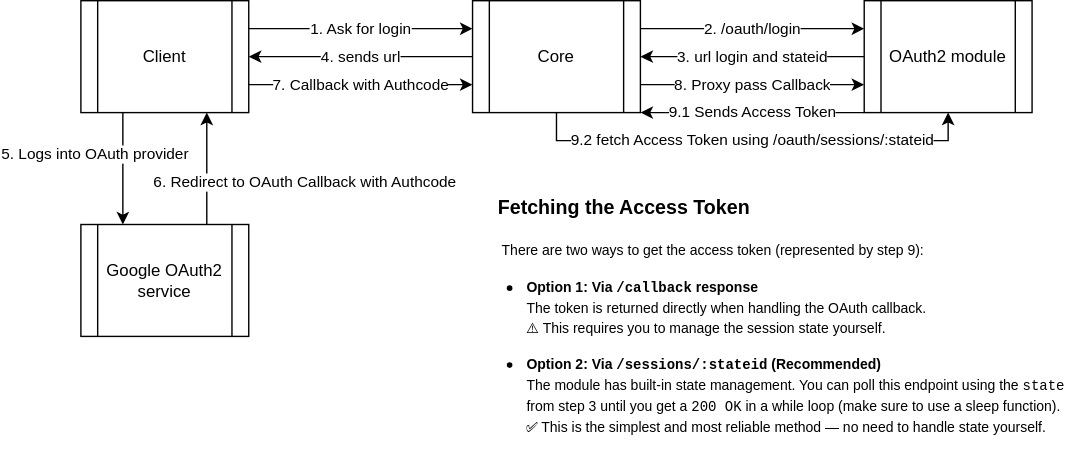
This is srcs/oauth2/docs/OAuth2.scheme.drawio.svg from fclivaz42/ft_transcendance, a draw.io export, as it was before one commit. Source tidied: cells renumbered, new cells last; positions are measured from the earlier drawing's top-left corner, leaving out a move shared by most shapes. Source of this version:
```xml
<mxGraphModel>
  <root>
    <mxCell id="0" />
    <mxCell id="1" parent="0" />
    <mxCell id="2" value="3. url login and &lt;font style=&quot;color: light-dark(rgb(0, 0, 0), rgb(68, 177, 255));&quot;&gt;stateid&lt;/font&gt;" style="edgeStyle=orthogonalEdgeStyle;rounded=0;jettySize=auto;html=1;exitX=0;exitY=0.5;exitDx=0;exitDy=0;entryX=1;entryY=0.5;entryDx=0;entryDy=0;" parent="1" edge="1" source="4" target="9">
      <mxGeometry relative="1" as="geometry" />
    </mxCell>
    <mxCell id="3" value="9.1 Sends Access Token" style="edgeStyle=orthogonalEdgeStyle;rounded=0;jettySize=auto;html=1;exitX=0;exitY=1;exitDx=0;exitDy=0;entryX=1;entryY=1;entryDx=0;entryDy=0;" parent="1" edge="1" source="4" target="9">
      <mxGeometry relative="1" as="geometry">
        <Array as="points">
          <mxPoint x="480" y="80" />
          <mxPoint x="480" y="80" />
        </Array>
      </mxGeometry>
    </mxCell>
    <mxCell id="4" value="OAuth2 module" style="shape=process;whiteSpace=wrap;html=1;backgroundOutline=1;" parent="1" vertex="1">
      <mxGeometry x="560" width="120" height="80" as="geometry" />
    </mxCell>
    <mxCell id="5" value="2. /oauth/login" style="edgeStyle=orthogonalEdgeStyle;rounded=0;jettySize=auto;html=1;exitX=1;exitY=0.25;exitDx=0;exitDy=0;entryX=0;entryY=0.25;entryDx=0;entryDy=0;" parent="1" edge="1" source="9" target="4">
      <mxGeometry relative="1" as="geometry" />
    </mxCell>
    <mxCell id="6" value="4. sends url" style="edgeStyle=orthogonalEdgeStyle;rounded=0;jettySize=auto;html=1;exitX=0;exitY=0.5;exitDx=0;exitDy=0;entryX=1;entryY=0.5;entryDx=0;entryDy=0;" parent="1" edge="1" source="9" target="13">
      <mxGeometry relative="1" as="geometry" />
    </mxCell>
    <mxCell id="7" value="8. Proxy pass Callback" style="edgeStyle=orthogonalEdgeStyle;rounded=0;jettySize=auto;html=1;exitX=1;exitY=0.75;exitDx=0;exitDy=0;entryX=0;entryY=0.75;entryDx=0;entryDy=0;" parent="1" edge="1" source="9" target="4">
      <mxGeometry relative="1" as="geometry" />
    </mxCell>
    <mxCell id="8" value="9.2 fetch Access Token using /oauth/sessions/&lt;font style=&quot;color: light-dark(rgb(0, 0, 0), rgb(68, 177, 255));&quot;&gt;:stateid&lt;/font&gt;" style="edgeStyle=orthogonalEdgeStyle;rounded=0;jettySize=auto;html=1;exitX=0.5;exitY=1;exitDx=0;exitDy=0;entryX=0.5;entryY=1;entryDx=0;entryDy=0;" parent="1" edge="1" source="9" target="4">
      <mxGeometry relative="1" as="geometry" />
    </mxCell>
    <mxCell id="9" value="Core" style="shape=process;whiteSpace=wrap;html=1;backgroundOutline=1;" parent="1" vertex="1">
      <mxGeometry x="280" width="120" height="80" as="geometry" />
    </mxCell>
    <mxCell id="10" value="1. Ask for login" style="edgeStyle=orthogonalEdgeStyle;rounded=0;jettySize=auto;html=1;exitX=1;exitY=0.25;exitDx=0;exitDy=0;entryX=0;entryY=0.25;entryDx=0;entryDy=0;" parent="1" edge="1" source="13" target="9">
      <mxGeometry relative="1" as="geometry" />
    </mxCell>
    <mxCell id="11" value="5. Logs into OAuth provider" style="edgeStyle=orthogonalEdgeStyle;rounded=0;jettySize=auto;html=1;exitX=0.25;exitY=1;exitDx=0;exitDy=0;entryX=0.25;entryY=0;entryDx=0;entryDy=0;" parent="1" edge="1" source="13" target="15">
      <mxGeometry x="-0.25" y="-20" relative="1" as="geometry" />
    </mxCell>
    <mxCell id="12" value="7. Callback with Authcode" style="edgeStyle=orthogonalEdgeStyle;rounded=0;jettySize=auto;html=1;exitX=1;exitY=0.75;exitDx=0;exitDy=0;entryX=0;entryY=0.75;entryDx=0;entryDy=0;" parent="1" edge="1" source="13" target="9">
      <mxGeometry relative="1" as="geometry" />
    </mxCell>
    <mxCell id="13" value="Client" style="shape=process;whiteSpace=wrap;html=1;backgroundOutline=1;" parent="1" vertex="1">
      <mxGeometry width="120" height="80" as="geometry" />
    </mxCell>
    <mxCell id="14" value="6. Redirect to OAuth Callback with Authcode" style="edgeStyle=orthogonalEdgeStyle;rounded=0;jettySize=auto;html=1;exitX=0.75;exitY=0;exitDx=0;exitDy=0;entryX=0.75;entryY=1;entryDx=0;entryDy=0;" parent="1" edge="1" source="15" target="13">
      <mxGeometry x="-0.25" y="-70" relative="1" as="geometry" />
    </mxCell>
    <mxCell id="15" value="Google OAuth2 service" style="shape=process;whiteSpace=wrap;html=1;backgroundOutline=1;" parent="1" vertex="1">
      <mxGeometry y="160" width="120" height="80" as="geometry" />
    </mxCell>
    <mxCell id="16" value="&lt;h3 class=&quot;&quot;&gt;&amp;nbsp; &amp;nbsp; &amp;nbsp;Fetching the Access Token&lt;/h3&gt;&lt;p class=&quot;&quot;&gt;&lt;font style=&quot;font-size: 10px;&quot;&gt;&lt;span style=&quot;white-space: pre;&quot;&gt;&#9;&lt;/span&gt;There are two ways to get the access token (represented by step 9):&lt;/font&gt;&lt;/p&gt;&lt;ul&gt;&lt;li class=&quot;&quot;&gt;&lt;p class=&quot;&quot;&gt;&lt;font style=&quot;font-size: 10px;&quot;&gt;&lt;strong&gt;Option 1: Via &lt;code&gt;/callback&lt;/code&gt; response&lt;/strong&gt;&lt;br&gt;The token is returned directly when handling the OAuth callback.&lt;br&gt;⚠️ This requires you to manage the session state yourself.&lt;/font&gt;&lt;/p&gt;&lt;/li&gt;&lt;li class=&quot;&quot;&gt;&lt;p class=&quot;&quot;&gt;&lt;font style=&quot;font-size: 10px;&quot;&gt;&lt;strong style=&quot;&quot;&gt;Option 2: Via &lt;code&gt;/sessions/:stateid&lt;/code&gt; (Recommended)&lt;/strong&gt;&lt;br&gt;The module has built-in state management. You can poll this endpoint using the &lt;code style=&quot;&quot;&gt;state&lt;/code&gt; from step 3 until you get a &lt;code style=&quot;&quot;&gt;200 OK&lt;/code&gt;&amp;nbsp;in a while loop (make sure to use a sleep function).&lt;br&gt;✅ This is the simplest and most reliable method — no need to handle state yourself.&lt;/font&gt;&lt;/p&gt;&lt;/li&gt;&lt;/ul&gt;" style="text;html=1;align=left;verticalAlign=middle;whiteSpace=wrap;rounded=0;" parent="1" vertex="1">
      <mxGeometry x="277" y="120" width="430" height="210" as="geometry" />
    </mxCell>
  </root>
</mxGraphModel>
```
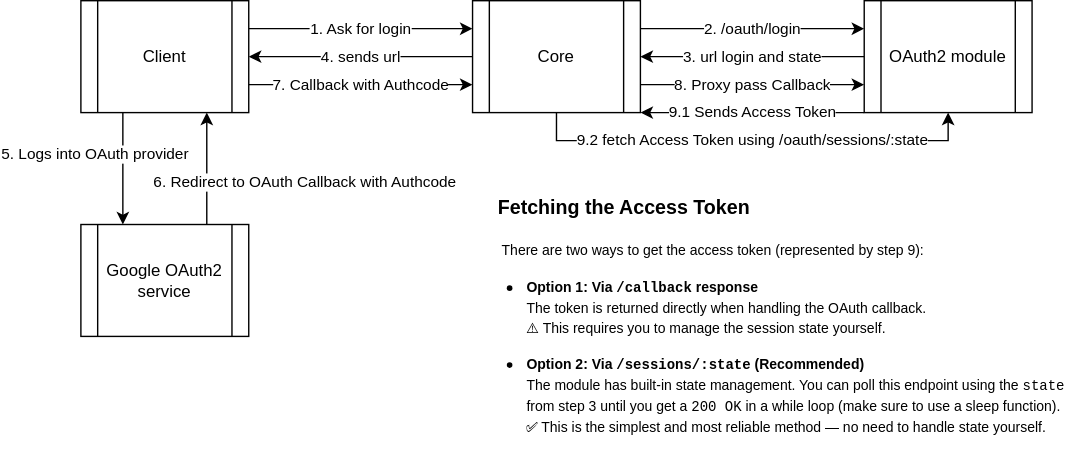
The same diagram one commit later.

Commit message:
prettify oauth2 sdk

What changed in the source:
```diff
@@ -2,7 +2,7 @@
   <root>
     <mxCell id="0" />
     <mxCell id="1" parent="0" />
-    <mxCell id="2" value="3. url login and &lt;font style=&quot;color: light-dark(rgb(0, 0, 0), rgb(68, 177, 255));&quot;&gt;stateid&lt;/font&gt;" style="edgeStyle=orthogonalEdgeStyle;rounded=0;jettySize=auto;html=1;exitX=0;exitY=0.5;exitDx=0;exitDy=0;entryX=1;entryY=0.5;entryDx=0;entryDy=0;" parent="1" edge="1" source="4" target="9">
+    <mxCell id="2" value="3. url login and &lt;font style=&quot;color: light-dark(rgb(0, 0, 0), rgb(68, 177, 255));&quot;&gt;state&lt;/font&gt;" style="edgeStyle=orthogonalEdgeStyle;rounded=0;jettySize=auto;html=1;exitX=0;exitY=0.5;exitDx=0;exitDy=0;entryX=1;entryY=0.5;entryDx=0;entryDy=0;" parent="1" edge="1" source="4" target="9">
       <mxGeometry relative="1" as="geometry" />
     </mxCell>
     <mxCell id="3" value="9.1 Sends Access Token" style="edgeStyle=orthogonalEdgeStyle;rounded=0;jettySize=auto;html=1;exitX=0;exitY=1;exitDx=0;exitDy=0;entryX=1;entryY=1;entryDx=0;entryDy=0;" parent="1" edge="1" source="4" target="9">
@@ -25,7 +25,7 @@
     <mxCell id="7" value="8. Proxy pass Callback" style="edgeStyle=orthogonalEdgeStyle;rounded=0;jettySize=auto;html=1;exitX=1;exitY=0.75;exitDx=0;exitDy=0;entryX=0;entryY=0.75;entryDx=0;entryDy=0;" parent="1" edge="1" source="9" target="4">
       <mxGeometry relative="1" as="geometry" />
     </mxCell>
-    <mxCell id="8" value="9.2 fetch Access Token using /oauth/sessions/&lt;font style=&quot;color: light-dark(rgb(0, 0, 0), rgb(68, 177, 255));&quot;&gt;:stateid&lt;/font&gt;" style="edgeStyle=orthogonalEdgeStyle;rounded=0;jettySize=auto;html=1;exitX=0.5;exitY=1;exitDx=0;exitDy=0;entryX=0.5;entryY=1;entryDx=0;entryDy=0;" parent="1" edge="1" source="9" target="4">
+    <mxCell id="8" value="9.2 fetch Access Token using /oauth/sessions/&lt;font style=&quot;color: light-dark(rgb(0, 0, 0), rgb(68, 177, 255));&quot;&gt;:state&lt;/font&gt;" style="edgeStyle=orthogonalEdgeStyle;rounded=0;jettySize=auto;html=1;exitX=0.5;exitY=1;exitDx=0;exitDy=0;entryX=0.5;entryY=1;entryDx=0;entryDy=0;" parent="1" edge="1" source="9" target="4">
       <mxGeometry relative="1" as="geometry" />
     </mxCell>
     <mxCell id="9" value="Core" style="shape=process;whiteSpace=wrap;html=1;backgroundOutline=1;" parent="1" vertex="1">
@@ -49,7 +49,7 @@
     <mxCell id="15" value="Google OAuth2 service" style="shape=process;whiteSpace=wrap;html=1;backgroundOutline=1;" parent="1" vertex="1">
       <mxGeometry y="160" width="120" height="80" as="geometry" />
     </mxCell>
-    <mxCell id="16" value="&lt;h3 class=&quot;&quot;&gt;&amp;nbsp; &amp;nbsp; &amp;nbsp;Fetching the Access Token&lt;/h3&gt;&lt;p class=&quot;&quot;&gt;&lt;font style=&quot;font-size: 10px;&quot;&gt;&lt;span style=&quot;white-space: pre;&quot;&gt;&#9;&lt;/span&gt;There are two ways to get the access token (represented by step 9):&lt;/font&gt;&lt;/p&gt;&lt;ul&gt;&lt;li class=&quot;&quot;&gt;&lt;p class=&quot;&quot;&gt;&lt;font style=&quot;font-size: 10px;&quot;&gt;&lt;strong&gt;Option 1: Via &lt;code&gt;/callback&lt;/code&gt; response&lt;/strong&gt;&lt;br&gt;The token is returned directly when handling the OAuth callback.&lt;br&gt;⚠️ This requires you to manage the session state yourself.&lt;/font&gt;&lt;/p&gt;&lt;/li&gt;&lt;li class=&quot;&quot;&gt;&lt;p class=&quot;&quot;&gt;&lt;font style=&quot;font-size: 10px;&quot;&gt;&lt;strong style=&quot;&quot;&gt;Option 2: Via &lt;code&gt;/sessions/:stateid&lt;/code&gt; (Recommended)&lt;/strong&gt;&lt;br&gt;The module has built-in state management. You can poll this endpoint using the &lt;code style=&quot;&quot;&gt;state&lt;/code&gt; from step 3 until you get a &lt;code style=&quot;&quot;&gt;200 OK&lt;/code&gt;&amp;nbsp;in a while loop (make sure to use a sleep function).&lt;br&gt;✅ This is the simplest and most reliable method — no need to handle state yourself.&lt;/font&gt;&lt;/p&gt;&lt;/li&gt;&lt;/ul&gt;" style="text;html=1;align=left;verticalAlign=middle;whiteSpace=wrap;rounded=0;" parent="1" vertex="1">
+    <mxCell id="16" value="&lt;h3 class=&quot;&quot;&gt;&amp;nbsp; &amp;nbsp; &amp;nbsp;Fetching the Access Token&lt;/h3&gt;&lt;p class=&quot;&quot;&gt;&lt;font style=&quot;font-size: 10px;&quot;&gt;&lt;span style=&quot;white-space: pre;&quot;&gt;&#9;&lt;/span&gt;There are two ways to get the access token (represented by step 9):&lt;/font&gt;&lt;/p&gt;&lt;ul&gt;&lt;li class=&quot;&quot;&gt;&lt;p class=&quot;&quot;&gt;&lt;font style=&quot;font-size: 10px;&quot;&gt;&lt;strong&gt;Option 1: Via &lt;code&gt;/callback&lt;/code&gt; response&lt;/strong&gt;&lt;br&gt;The token is returned directly when handling the OAuth callback.&lt;br&gt;⚠️ This requires you to manage the session state yourself.&lt;/font&gt;&lt;/p&gt;&lt;/li&gt;&lt;li class=&quot;&quot;&gt;&lt;p class=&quot;&quot;&gt;&lt;font style=&quot;font-size: 10px;&quot;&gt;&lt;strong style=&quot;&quot;&gt;Option 2: Via &lt;code&gt;/sessions/:state&lt;/code&gt; (Recommended)&lt;/strong&gt;&lt;br&gt;The module has built-in state management. You can poll this endpoint using the &lt;code style=&quot;&quot;&gt;state&lt;/code&gt; from step 3 until you get a &lt;code style=&quot;&quot;&gt;200 OK&lt;/code&gt;&amp;nbsp;in a while loop (make sure to use a sleep function).&lt;br&gt;✅ This is the simplest and most reliable method — no need to handle state yourself.&lt;/font&gt;&lt;/p&gt;&lt;/li&gt;&lt;/ul&gt;" style="text;html=1;align=left;verticalAlign=middle;whiteSpace=wrap;rounded=0;" parent="1" vertex="1">
       <mxGeometry x="277" y="120" width="430" height="210" as="geometry" />
     </mxCell>
   </root>
```
